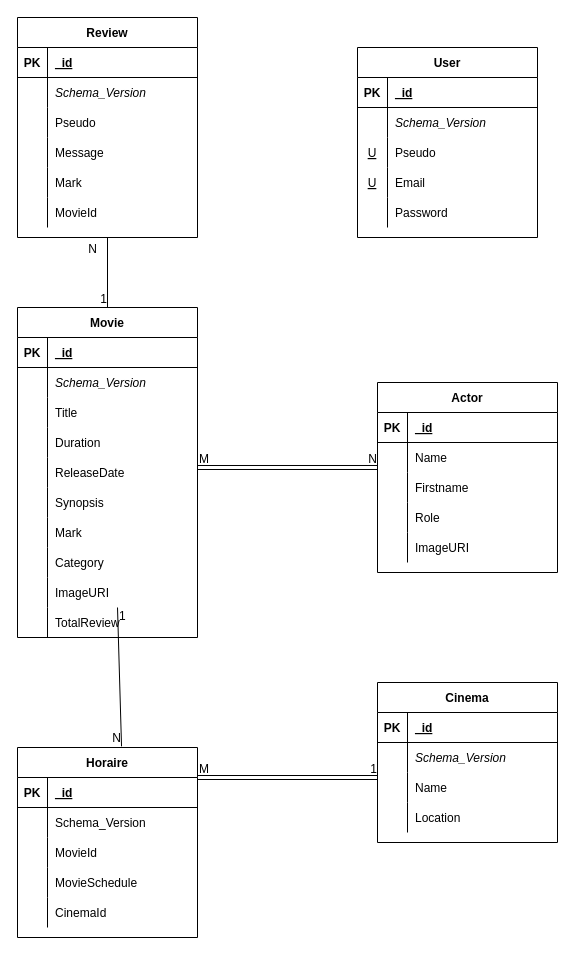
Above: doc/MCD/AluilCineMCD.drawio in thomasMagalhaes30/AluilCine (draw.io), before the change. Source tidied: cells renumbered, new cells numbered last; positions are measured from the earlier drawing's top-left corner, leaving out a move shared by most shapes. Both pictures are drawn from the tidied source at 100%, with x=0, y=0 at pixel (17, 17).
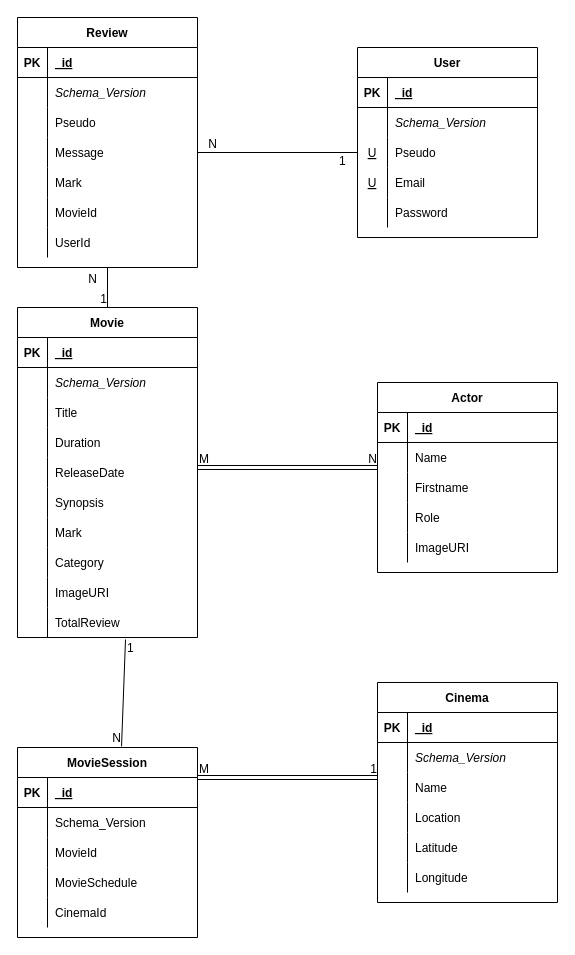
Above is the later version.

The change refers to these unchanged cells:
```xml
<mxCell id="30" style="shape=tableRow;horizontal=0;startSize=0;swimlaneHead=0;swimlaneBody=0;fillColor=none;points=[[0,0.5],[1,0.5]];portConstraint=eastwest;top=0;left=0;right=0;bottom=0;" parent="2" vertex="1">
  <mxGeometry y="300" width="180" height="30" as="geometry" />
</mxCell>
<mxCell id="91" style="shape=tableRow;horizontal=0;startSize=0;swimlaneHead=0;swimlaneBody=0;fillColor=none;points=[[0,0.5],[1,0.5]];portConstraint=eastwest;top=0;left=0;right=0;bottom=0;" parent="84" vertex="1">
  <mxGeometry y="90" width="180" height="30" as="geometry" />
</mxCell>
<mxCell id="110" style="shape=tableRow;horizontal=0;startSize=0;swimlaneHead=0;swimlaneBody=0;fillColor=none;points=[[0,0.5],[1,0.5]];portConstraint=eastwest;top=0;left=0;right=0;bottom=0;" parent="100" vertex="1">
  <mxGeometry y="120" width="180" height="30" as="geometry" />
</mxCell>
```

What changed in the source:
```diff
@@
     <mxCell id="52" value="Cinema" style="shape=table;startSize=30;childLayout=tableLayout;rowLines=0;fontStyle=1;align=center;" parent="1" vertex="1">
-      <mxGeometry x="360" y="665" width="180" height="160" as="geometry" />
+      <mxGeometry x="360" y="665" width="180" height="220" as="geometry" />
     </mxCell>
@@
+    <mxCell id="126" style="shape=tableRow;horizontal=0;startSize=0;swimlaneHead=0;swimlaneBody=0;fillColor=none;top=0;left=0;right=0;bottom=0;" parent="52" vertex="1">
+      <mxGeometry y="150" width="180" height="30" as="geometry" />
+    </mxCell>
+    <mxCell id="127" style="shape=partialRectangle;fillColor=none;top=0;left=0;bottom=0;right=0;overflow=hidden;" parent="126" vertex="1">
+      <mxGeometry width="30" height="30" as="geometry" />
+    </mxCell>
+    <mxCell id="128" value="Latitude" style="shape=partialRectangle;fillColor=none;top=0;left=0;bottom=0;right=0;align=left;spacingLeft=6;overflow=hidden;" parent="126" vertex="1">
+      <mxGeometry x="30" width="150" height="30" as="geometry" />
+    </mxCell>
+    <mxCell id="129" style="shape=tableRow;horizontal=0;startSize=0;swimlaneHead=0;swimlaneBody=0;fillColor=none;top=0;left=0;right=0;bottom=0;" parent="52" vertex="1">
+      <mxGeometry y="180" width="180" height="30" as="geometry" />
+    </mxCell>
+    <mxCell id="130" style="shape=partialRectangle;fillColor=none;top=0;left=0;bottom=0;right=0;overflow=hidden;" parent="129" vertex="1">
+      <mxGeometry width="30" height="30" as="geometry" />
+    </mxCell>
+    <mxCell id="131" value="Longitude" style="shape=partialRectangle;fillColor=none;top=0;left=0;bottom=0;right=0;align=left;spacingLeft=6;overflow=hidden;" parent="129" vertex="1">
+      <mxGeometry x="30" width="150" height="30" as="geometry" />
+    </mxCell>
-    <mxCell id="65" value="Horaire" style="shape=table;startSize=30;childLayout=tableLayout;rowLines=0;fontStyle=1;align=center;" parent="1" vertex="1">
+    <mxCell id="65" value="MovieSession" style="shape=table;startSize=30;childLayout=tableLayout;rowLines=0;fontStyle=1;align=center;" parent="1" vertex="1">
       <mxGeometry y="730" width="180" height="190" as="geometry" />
     </mxCell>
@@
     <mxCell id="100" value="Review" style="shape=table;startSize=30;childLayout=tableLayout;rowLines=0;fontStyle=1;align=center;" parent="1" vertex="1">
-      <mxGeometry width="180" height="220" as="geometry" />
+      <mxGeometry width="180" height="250" as="geometry" />
     </mxCell>
@@
+    <mxCell id="132" style="shape=tableRow;horizontal=0;startSize=0;swimlaneHead=0;swimlaneBody=0;fillColor=none;top=0;left=0;right=0;bottom=0;" parent="100" vertex="1">
+      <mxGeometry y="210" width="180" height="30" as="geometry" />
+    </mxCell>
+    <mxCell id="133" style="shape=partialRectangle;fillColor=none;top=0;left=0;bottom=0;right=0;overflow=hidden;" parent="132" vertex="1">
+      <mxGeometry width="30" height="30" as="geometry" />
+    </mxCell>
+    <mxCell id="134" value="UserId" style="shape=partialRectangle;fillColor=none;top=0;left=0;bottom=0;right=0;align=left;spacingLeft=6;overflow=hidden;" parent="132" vertex="1">
+      <mxGeometry x="30" width="150" height="30" as="geometry" />
+    </mxCell>
-    <mxCell id="119" style="endArrow=none;html=1;rounded=0;exitX=0.583;exitY=1.1;exitDx=0;exitDy=0;exitPerimeter=0;entryX=0.578;entryY=-0.006;entryDx=0;entryDy=0;entryPerimeter=0;" parent="1" edge="1" target="65">
-      <mxGeometry relative="1" as="geometry">
-        <mxPoint x="100" y="590" as="sourcePoint" />
-      </mxGeometry>
+    <mxCell id="119" style="endArrow=none;html=1;rounded=0;exitX=0.6;exitY=1.067;exitDx=0;exitDy=0;exitPerimeter=0;entryX=0.578;entryY=-0.006;entryDx=0;entryDy=0;entryPerimeter=0;" parent="1" edge="1" source="30" target="65">
+      <mxGeometry relative="1" as="geometry" />
     </mxCell>
@@
+    <mxCell id="135" style="endArrow=none;html=1;rounded=0;exitX=0;exitY=0.5;exitDx=0;exitDy=0;entryX=1;entryY=0.5;entryDx=0;entryDy=0;" parent="1" edge="1" source="91" target="110">
+      <mxGeometry relative="1" as="geometry" />
+    </mxCell>
+    <mxCell id="136" value="1" style="html=1;align=left;verticalAlign=bottom;" parent="135" vertex="1">
+      <mxGeometry x="-1" relative="1" as="geometry">
+        <mxPoint x="-20" y="17" as="offset" />
+      </mxGeometry>
+    </mxCell>
+    <mxCell id="137" value="N" style="html=1;align=right;verticalAlign=bottom;" parent="135" vertex="1">
+      <mxGeometry x="1" relative="1" as="geometry">
+        <mxPoint x="20" as="offset" />
+      </mxGeometry>
+    </mxCell>
```
